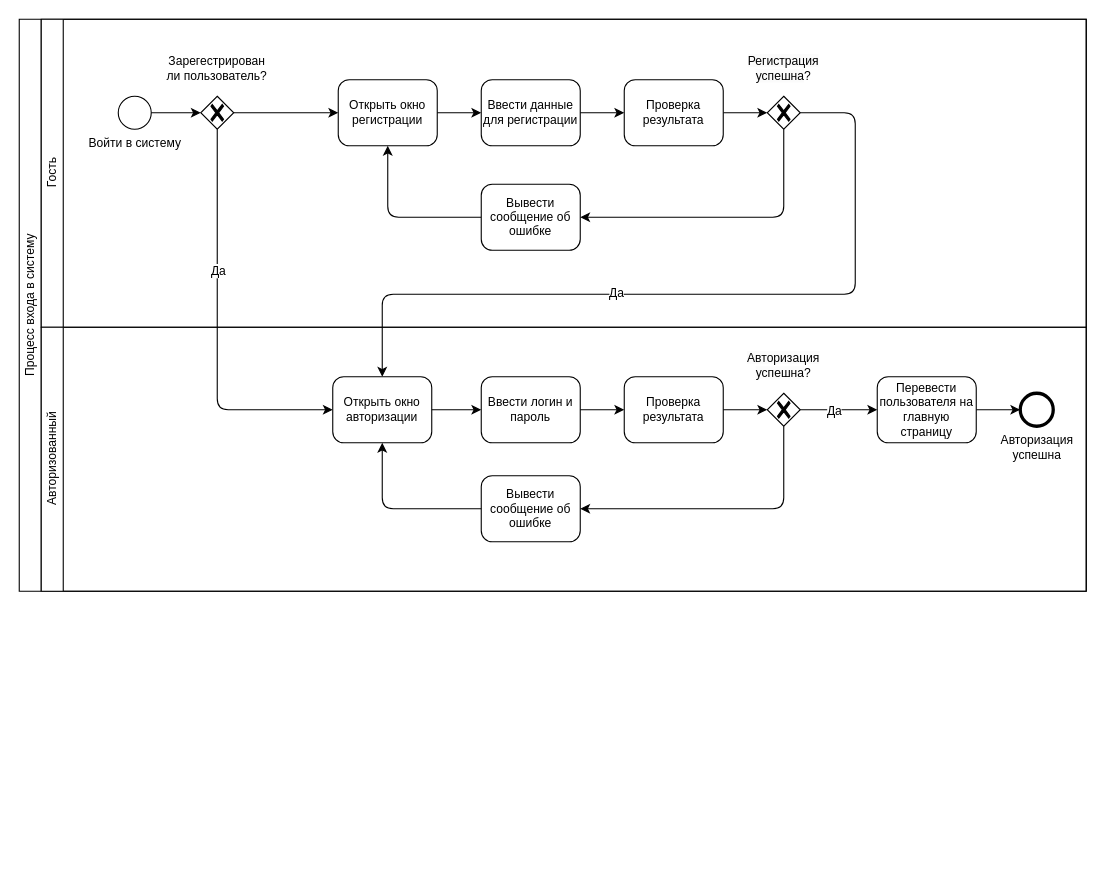
Above: page "BPMN1" (1 of 2) of schemes/raws/BPMN.drawio in mshsvnv/SoftwareDesign (draw.io), before the change. Source tidied: cells renumbered, new cells numbered last; positions are measured from the earlier drawing's top-left corner, leaving out a move shared by most shapes. Both pictures are drawn from the tidied source at 110%, with x=0, y=0 at pixel (19, 19).
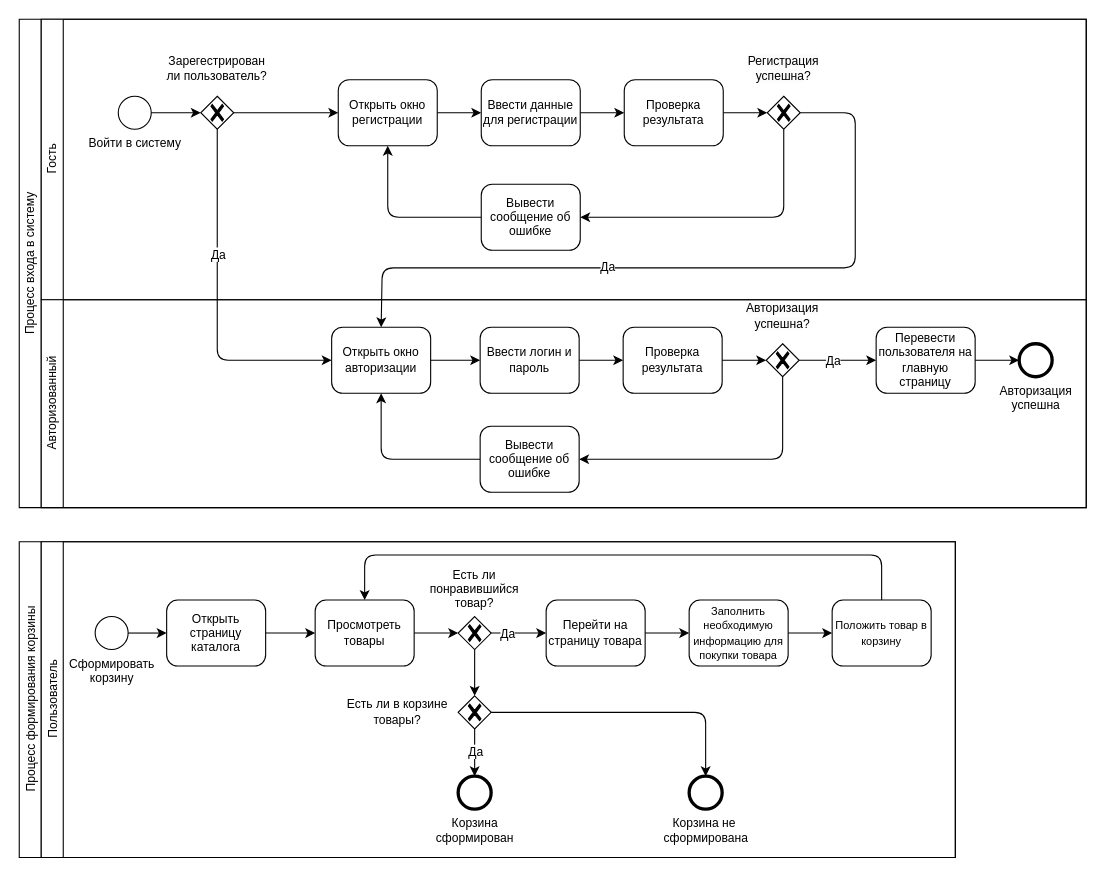
After the change.

The change refers to these unchanged cells:
```xml
<mxCell id="12" style="points=[[0.25,0.25,0],[0.5,0,0],[0.75,0.25,0],[1,0.5,0],[0.75,0.75,0],[0.5,1,0],[0.25,0.75,0],[0,0.5,0]];shape=mxgraph.bpmn.gateway2;html=1;verticalLabelPosition=bottom;labelBackgroundColor=#ffffff;verticalAlign=top;align=center;perimeter=rhombusPerimeter;outlineConnect=0;outline=none;symbol=none;gwType=exclusive;fontSize=11;" parent="3" vertex="1">
  <mxGeometry x="660" y="70" width="30" height="30" as="geometry" />
</mxCell>
```

The edit, as a diff of the source:
```diff
@@
     <mxCell id="2" value="Процесс входа в систему" style="swimlane;html=1;horizontal=0;startSize=20;whiteSpace=wrap;fontStyle=0;fontSize=11;" parent="1" vertex="1">
-      <mxGeometry width="970" height="520" as="geometry" />
+      <mxGeometry width="970" height="444" as="geometry" />
     </mxCell>
     <mxCell id="3" value="Гость" style="swimlane;html=1;startSize=20;horizontal=0;fontStyle=0;fontSize=11;" parent="2" vertex="1">
-      <mxGeometry x="20" width="950" height="280" as="geometry" />
+      <mxGeometry x="20" width="950" height="255" as="geometry" />
     </mxCell>
@@
     <mxCell id="22" style="edgeStyle=orthogonalEdgeStyle;rounded=1;jettySize=auto;html=1;exitX=1;exitY=0.5;exitDx=0;exitDy=0;exitPerimeter=0;entryX=0.5;entryY=0;entryDx=0;entryDy=0;entryPerimeter=0;fontSize=11;" parent="2" edge="1" source="12" target="26">
       <mxGeometry relative="1" as="geometry">
         <Array as="points">
           <mxPoint x="760" y="85" />
-          <mxPoint x="760" y="250" />
-          <mxPoint x="330" y="250" />
+          <mxPoint x="760" y="226" />
+          <mxPoint x="330" y="226" />
         </Array>
       </mxGeometry>
     </mxCell>
@@
     <mxCell id="24" value="Авторизованный" style="swimlane;html=1;startSize=20;horizontal=0;fontStyle=0;fontSize=11;" parent="2" vertex="1">
-      <mxGeometry x="20" y="280" width="950" height="240" as="geometry" />
+      <mxGeometry x="20" y="255" width="950" height="189" as="geometry" />
     </mxCell>
     <mxCell id="25" value="Ввести логин и пароль" style="points=[[0.25,0,0],[0.5,0,0],[0.75,0,0],[1,0.25,0],[1,0.5,0],[1,0.75,0],[0.75,1,0],[0.5,1,0],[0.25,1,0],[0,0.75,0],[0,0.5,0],[0,0.25,0]];shape=mxgraph.bpmn.task;whiteSpace=wrap;rectStyle=rounded;size=10;html=1;taskMarker=abstract;fontSize=11;" parent="24" vertex="1">
-      <mxGeometry x="400" y="45" width="90" height="60" as="geometry" />
+      <mxGeometry x="399" y="25" width="90" height="60" as="geometry" />
     </mxCell>
     <mxCell id="26" value="Открыть окно авторизации" style="points=[[0.25,0,0],[0.5,0,0],[0.75,0,0],[1,0.25,0],[1,0.5,0],[1,0.75,0],[0.75,1,0],[0.5,1,0],[0.25,1,0],[0,0.75,0],[0,0.5,0],[0,0.25,0]];shape=mxgraph.bpmn.task;whiteSpace=wrap;rectStyle=rounded;size=10;html=1;taskMarker=abstract;fontSize=11;" parent="24" vertex="1">
-      <mxGeometry x="265" y="45" width="90" height="60" as="geometry" />
+      <mxGeometry x="264" y="25" width="90" height="60" as="geometry" />
     </mxCell>
@@
     <mxCell id="28" value="Проверка результата" style="points=[[0.25,0,0],[0.5,0,0],[0.75,0,0],[1,0.25,0],[1,0.5,0],[1,0.75,0],[0.75,1,0],[0.5,1,0],[0.25,1,0],[0,0.75,0],[0,0.5,0],[0,0.25,0]];shape=mxgraph.bpmn.task;whiteSpace=wrap;rectStyle=rounded;size=10;html=1;taskMarker=abstract;fontSize=11;" parent="24" vertex="1">
-      <mxGeometry x="530" y="45" width="90" height="60" as="geometry" />
+      <mxGeometry x="529" y="25" width="90" height="60" as="geometry" />
     </mxCell>
@@
     <mxCell id="30" style="points=[[0.25,0.25,0],[0.5,0,0],[0.75,0.25,0],[1,0.5,0],[0.75,0.75,0],[0.5,1,0],[0.25,0.75,0],[0,0.5,0]];shape=mxgraph.bpmn.gateway2;html=1;verticalLabelPosition=bottom;labelBackgroundColor=#ffffff;verticalAlign=top;align=center;perimeter=rhombusPerimeter;outlineConnect=0;outline=none;symbol=none;gwType=exclusive;fontSize=11;" parent="24" vertex="1">
-      <mxGeometry x="660" y="60" width="30" height="30" as="geometry" />
+      <mxGeometry x="659" y="40" width="30" height="30" as="geometry" />
     </mxCell>
     <mxCell id="31" value="&lt;span style=&quot;background-color: rgb(251, 251, 251); font-size: 11px;&quot;&gt;Авторизация успешна&lt;/span&gt;&lt;span style=&quot;background-color: rgb(255, 255, 255); font-size: 11px;&quot;&gt;?&lt;/span&gt;" style="text;html=1;strokeColor=none;fillColor=none;align=center;verticalAlign=middle;whiteSpace=wrap;rounded=0;fontSize=11;" parent="24" vertex="1">
-      <mxGeometry x="620" y="20" width="110" height="30" as="geometry" />
+      <mxGeometry x="619" width="110" height="30" as="geometry" />
     </mxCell>
     <mxCell id="32" value="Вывести сообщение об ошибке" style="points=[[0.25,0,0],[0.5,0,0],[0.75,0,0],[1,0.25,0],[1,0.5,0],[1,0.75,0],[0.75,1,0],[0.5,1,0],[0.25,1,0],[0,0.75,0],[0,0.5,0],[0,0.25,0]];shape=mxgraph.bpmn.task;whiteSpace=wrap;rectStyle=rounded;size=10;html=1;taskMarker=abstract;fontSize=11;" parent="24" vertex="1">
-      <mxGeometry x="400" y="135" width="90" height="60" as="geometry" />
+      <mxGeometry x="399" y="115" width="90" height="60" as="geometry" />
     </mxCell>
@@
     <mxCell id="38" value="Перевести пользователя на главную страницу" style="points=[[0.25,0,0],[0.5,0,0],[0.75,0,0],[1,0.25,0],[1,0.5,0],[1,0.75,0],[0.75,1,0],[0.5,1,0],[0.25,1,0],[0,0.75,0],[0,0.5,0],[0,0.25,0]];shape=mxgraph.bpmn.task;whiteSpace=wrap;rectStyle=rounded;size=10;html=1;taskMarker=abstract;fontSize=11;" parent="24" vertex="1">
-      <mxGeometry x="760" y="45" width="90" height="60" as="geometry" />
+      <mxGeometry x="759" y="25" width="90" height="60" as="geometry" />
     </mxCell>
     <mxCell id="39" value="Авторизация&lt;br style=&quot;font-size: 11px;&quot;&gt;успешна" style="points=[[0.145,0.145,0],[0.5,0,0],[0.855,0.145,0],[1,0.5,0],[0.855,0.855,0],[0.5,1,0],[0.145,0.855,0],[0,0.5,0]];shape=mxgraph.bpmn.event;html=1;verticalLabelPosition=bottom;labelBackgroundColor=#ffffff;verticalAlign=top;align=center;perimeter=ellipsePerimeter;outlineConnect=0;outline=end;symbol=terminate2;fontFamily=Helvetica;fontSize=11;fontColor=default;" parent="24" vertex="1">
-      <mxGeometry x="890" y="60" width="30" height="30" as="geometry" />
+      <mxGeometry x="889" y="40" width="30" height="30" as="geometry" />
     </mxCell>
@@
+    <mxCell id="41" value="Процесс формирования корзины" style="swimlane;html=1;horizontal=0;startSize=20;whiteSpace=wrap;fontStyle=0;fontFamily=Helvetica;fontSize=11;" parent="1" vertex="1">
+      <mxGeometry y="475" width="851" height="287" as="geometry" />
+    </mxCell>
+    <mxCell id="42" value="Пользователь" style="swimlane;html=1;startSize=20;horizontal=0;fontStyle=0;fontFamily=Helvetica;fontSize=11;" parent="41" vertex="1">
+      <mxGeometry x="20" width="831" height="287" as="geometry" />
+    </mxCell>
+    <mxCell id="43" value="Сформировать &lt;br style=&quot;font-size: 11px;&quot;&gt;корзину" style="points=[[0.145,0.145,0],[0.5,0,0],[0.855,0.145,0],[1,0.5,0],[0.855,0.855,0],[0.5,1,0],[0.145,0.855,0],[0,0.5,0]];shape=mxgraph.bpmn.event;html=1;verticalLabelPosition=bottom;labelBackgroundColor=#ffffff;verticalAlign=top;align=center;perimeter=ellipsePerimeter;outlineConnect=0;outline=standard;symbol=general;fontFamily=Helvetica;fontSize=11;" parent="42" vertex="1">
+      <mxGeometry x="49" y="68" width="30" height="30" as="geometry" />
+    </mxCell>
+    <mxCell id="44" value="Открыть страницу каталога" style="points=[[0.25,0,0],[0.5,0,0],[0.75,0,0],[1,0.25,0],[1,0.5,0],[1,0.75,0],[0.75,1,0],[0.5,1,0],[0.25,1,0],[0,0.75,0],[0,0.5,0],[0,0.25,0]];shape=mxgraph.bpmn.task;whiteSpace=wrap;rectStyle=rounded;size=10;html=1;taskMarker=abstract;fontFamily=Helvetica;fontSize=11;" parent="42" vertex="1">
+      <mxGeometry x="114" y="53" width="90" height="60" as="geometry" />
+    </mxCell>
+    <mxCell id="45" style="edgeStyle=orthogonalEdgeStyle;shape=connector;rounded=1;jettySize=auto;html=1;exitX=1;exitY=0.5;exitDx=0;exitDy=0;exitPerimeter=0;entryX=0;entryY=0.5;entryDx=0;entryDy=0;entryPerimeter=0;labelBackgroundColor=default;strokeColor=default;align=center;verticalAlign=middle;fontFamily=Helvetica;fontSize=11;fontColor=default;endArrow=classic;" parent="42" edge="1" source="43" target="44">
+      <mxGeometry relative="1" as="geometry" />
+    </mxCell>
+    <mxCell id="46" style="edgeStyle=orthogonalEdgeStyle;shape=connector;rounded=1;jettySize=auto;html=1;exitX=1;exitY=0.5;exitDx=0;exitDy=0;exitPerimeter=0;entryX=0;entryY=0.5;entryDx=0;entryDy=0;entryPerimeter=0;labelBackgroundColor=default;strokeColor=default;align=center;verticalAlign=middle;fontFamily=Helvetica;fontSize=11;fontColor=default;endArrow=classic;" parent="42" edge="1" source="44" target="48">
+      <mxGeometry relative="1" as="geometry" />
+    </mxCell>
+    <mxCell id="47" value="Корзина&lt;br style=&quot;font-size: 11px;&quot;&gt;сформирован" style="points=[[0.145,0.145,0],[0.5,0,0],[0.855,0.145,0],[1,0.5,0],[0.855,0.855,0],[0.5,1,0],[0.145,0.855,0],[0,0.5,0]];shape=mxgraph.bpmn.event;html=1;verticalLabelPosition=bottom;labelBackgroundColor=#ffffff;verticalAlign=top;align=center;perimeter=ellipsePerimeter;outlineConnect=0;outline=end;symbol=terminate2;fontFamily=Helvetica;fontSize=11;fontColor=default;" parent="42" vertex="1">
+      <mxGeometry x="379" y="213.1" width="30" height="30" as="geometry" />
+    </mxCell>
+    <mxCell id="48" value="Просмотреть товары" style="points=[[0.25,0,0],[0.5,0,0],[0.75,0,0],[1,0.25,0],[1,0.5,0],[1,0.75,0],[0.75,1,0],[0.5,1,0],[0.25,1,0],[0,0.75,0],[0,0.5,0],[0,0.25,0]];shape=mxgraph.bpmn.task;whiteSpace=wrap;rectStyle=rounded;size=10;html=1;taskMarker=abstract;fontFamily=Helvetica;fontSize=11;" parent="42" vertex="1">
+      <mxGeometry x="249" y="53" width="90" height="60" as="geometry" />
+    </mxCell>
+    <mxCell id="49" style="edgeStyle=orthogonalEdgeStyle;rounded=0;jettySize=auto;html=1;exitX=1;exitY=0.5;exitDx=0;exitDy=0;exitPerimeter=0;" parent="42" edge="1" source="51" target="54">
+      <mxGeometry relative="1" as="geometry" />
+    </mxCell>
+    <mxCell id="50" value="Да" style="edgeLabel;html=1;align=center;verticalAlign=middle;" parent="49" vertex="1">
+      <mxGeometry x="-0.43" relative="1" as="geometry" />
+    </mxCell>
+    <mxCell id="51" style="points=[[0.25,0.25,0],[0.5,0,0],[0.75,0.25,0],[1,0.5,0],[0.75,0.75,0],[0.5,1,0],[0.25,0.75,0],[0,0.5,0]];shape=mxgraph.bpmn.gateway2;html=1;verticalLabelPosition=bottom;labelBackgroundColor=#ffffff;verticalAlign=top;align=center;perimeter=rhombusPerimeter;outlineConnect=0;outline=none;symbol=none;gwType=exclusive;fontFamily=Helvetica;fontSize=11;" parent="42" vertex="1">
+      <mxGeometry x="379" y="68" width="30" height="30" as="geometry" />
+    </mxCell>
+    <mxCell id="52" value="Есть ли понравившийся товар?" style="text;html=1;strokeColor=none;fillColor=none;align=center;verticalAlign=middle;whiteSpace=wrap;rounded=0;fontFamily=Helvetica;fontSize=11;" parent="42" vertex="1">
+      <mxGeometry x="339" y="28.1" width="110" height="30" as="geometry" />
+    </mxCell>
+    <mxCell id="53" style="edgeStyle=orthogonalEdgeStyle;rounded=0;jettySize=auto;html=1;exitX=1;exitY=0.5;exitDx=0;exitDy=0;exitPerimeter=0;entryX=0;entryY=0.5;entryDx=0;entryDy=0;entryPerimeter=0;" parent="42" edge="1" source="48" target="51">
+      <mxGeometry relative="1" as="geometry" />
+    </mxCell>
+    <mxCell id="54" value="Перейти на страницу товара" style="points=[[0.25,0,0],[0.5,0,0],[0.75,0,0],[1,0.25,0],[1,0.5,0],[1,0.75,0],[0.75,1,0],[0.5,1,0],[0.25,1,0],[0,0.75,0],[0,0.5,0],[0,0.25,0]];shape=mxgraph.bpmn.task;whiteSpace=wrap;rectStyle=rounded;size=10;html=1;taskMarker=abstract;fontFamily=Helvetica;fontSize=11;" parent="42" vertex="1">
+      <mxGeometry x="459" y="53" width="90" height="60" as="geometry" />
+    </mxCell>
+    <mxCell id="55" value="&lt;font style=&quot;font-size: 10px;&quot;&gt;Заполнить необходимую информацию для покупки товара&lt;/font&gt;" style="points=[[0.25,0,0],[0.5,0,0],[0.75,0,0],[1,0.25,0],[1,0.5,0],[1,0.75,0],[0.75,1,0],[0.5,1,0],[0.25,1,0],[0,0.75,0],[0,0.5,0],[0,0.25,0]];shape=mxgraph.bpmn.task;whiteSpace=wrap;rectStyle=rounded;size=10;html=1;taskMarker=abstract;fontFamily=Helvetica;fontSize=11;" parent="42" vertex="1">
+      <mxGeometry x="589" y="53" width="90" height="60" as="geometry" />
+    </mxCell>
+    <mxCell id="56" style="edgeStyle=orthogonalEdgeStyle;rounded=0;jettySize=auto;html=1;exitX=1;exitY=0.5;exitDx=0;exitDy=0;exitPerimeter=0;entryX=0;entryY=0.5;entryDx=0;entryDy=0;entryPerimeter=0;" parent="42" edge="1" source="54" target="55">
+      <mxGeometry relative="1" as="geometry" />
+    </mxCell>
+    <mxCell id="57" value="Корзина не&amp;nbsp;&lt;br&gt;сформирована" style="points=[[0.145,0.145,0],[0.5,0,0],[0.855,0.145,0],[1,0.5,0],[0.855,0.855,0],[0.5,1,0],[0.145,0.855,0],[0,0.5,0]];shape=mxgraph.bpmn.event;html=1;verticalLabelPosition=bottom;labelBackgroundColor=#ffffff;verticalAlign=top;align=center;perimeter=ellipsePerimeter;outlineConnect=0;outline=end;symbol=terminate2;fontFamily=Helvetica;fontSize=11;fontColor=default;" parent="42" vertex="1">
+      <mxGeometry x="589" y="213.1" width="30" height="30" as="geometry" />
+    </mxCell>
+    <mxCell id="58" value="&lt;font style=&quot;font-size: 10px;&quot;&gt;Положить товар в корзину&lt;/font&gt;" style="points=[[0.25,0,0],[0.5,0,0],[0.75,0,0],[1,0.25,0],[1,0.5,0],[1,0.75,0],[0.75,1,0],[0.5,1,0],[0.25,1,0],[0,0.75,0],[0,0.5,0],[0,0.25,0]];shape=mxgraph.bpmn.task;whiteSpace=wrap;rectStyle=rounded;size=10;html=1;taskMarker=abstract;fontFamily=Helvetica;fontSize=11;" parent="42" vertex="1">
+      <mxGeometry x="719" y="53" width="90" height="60" as="geometry" />
+    </mxCell>
+    <mxCell id="59" style="edgeStyle=orthogonalEdgeStyle;rounded=0;jettySize=auto;html=1;exitX=1;exitY=0.5;exitDx=0;exitDy=0;exitPerimeter=0;entryX=0;entryY=0.5;entryDx=0;entryDy=0;entryPerimeter=0;" parent="42" edge="1" source="55" target="58">
+      <mxGeometry relative="1" as="geometry" />
+    </mxCell>
+    <mxCell id="60" style="edgeStyle=orthogonalEdgeStyle;jettySize=auto;html=1;exitX=0.5;exitY=0;exitDx=0;exitDy=0;exitPerimeter=0;entryX=0.5;entryY=0;entryDx=0;entryDy=0;entryPerimeter=0;rounded=1;" parent="42" edge="1" source="58" target="48">
+      <mxGeometry relative="1" as="geometry">
+        <Array as="points">
+          <mxPoint x="764" y="12.1" />
+          <mxPoint x="294" y="12.1" />
+        </Array>
+      </mxGeometry>
+    </mxCell>
+    <mxCell id="61" style="edgeStyle=orthogonalEdgeStyle;rounded=0;jettySize=auto;html=1;exitX=0.5;exitY=1;exitDx=0;exitDy=0;exitPerimeter=0;" parent="42" edge="1" source="64" target="47">
+      <mxGeometry relative="1" as="geometry" />
+    </mxCell>
+    <mxCell id="62" value="Да" style="edgeLabel;html=1;align=center;verticalAlign=middle;" parent="61" vertex="1">
+      <mxGeometry x="-0.06" relative="1" as="geometry" />
+    </mxCell>
+    <mxCell id="63" style="edgeStyle=orthogonalEdgeStyle;rounded=1;jettySize=auto;html=1;exitX=1;exitY=0.5;exitDx=0;exitDy=0;exitPerimeter=0;" parent="42" edge="1" source="64" target="57">
+      <mxGeometry relative="1" as="geometry" />
+    </mxCell>
+    <mxCell id="64" style="points=[[0.25,0.25,0],[0.5,0,0],[0.75,0.25,0],[1,0.5,0],[0.75,0.75,0],[0.5,1,0],[0.25,0.75,0],[0,0.5,0]];shape=mxgraph.bpmn.gateway2;html=1;verticalLabelPosition=bottom;labelBackgroundColor=#ffffff;verticalAlign=top;align=center;perimeter=rhombusPerimeter;outlineConnect=0;outline=none;symbol=none;gwType=exclusive;fontFamily=Helvetica;fontSize=11;" parent="42" vertex="1">
+      <mxGeometry x="379" y="140.1" width="30" height="30" as="geometry" />
+    </mxCell>
+    <mxCell id="65" value="Есть ли в корзине товары?" style="text;html=1;strokeColor=none;fillColor=none;align=center;verticalAlign=middle;whiteSpace=wrap;rounded=0;fontFamily=Helvetica;fontSize=11;" parent="42" vertex="1">
+      <mxGeometry x="269" y="140.1" width="110" height="30" as="geometry" />
+    </mxCell>
+    <mxCell id="66" style="edgeStyle=orthogonalEdgeStyle;rounded=0;jettySize=auto;html=1;exitX=0.5;exitY=1;exitDx=0;exitDy=0;exitPerimeter=0;entryX=0.5;entryY=0;entryDx=0;entryDy=0;entryPerimeter=0;" parent="42" edge="1" source="51" target="64">
+      <mxGeometry relative="1" as="geometry" />
+    </mxCell>
```
